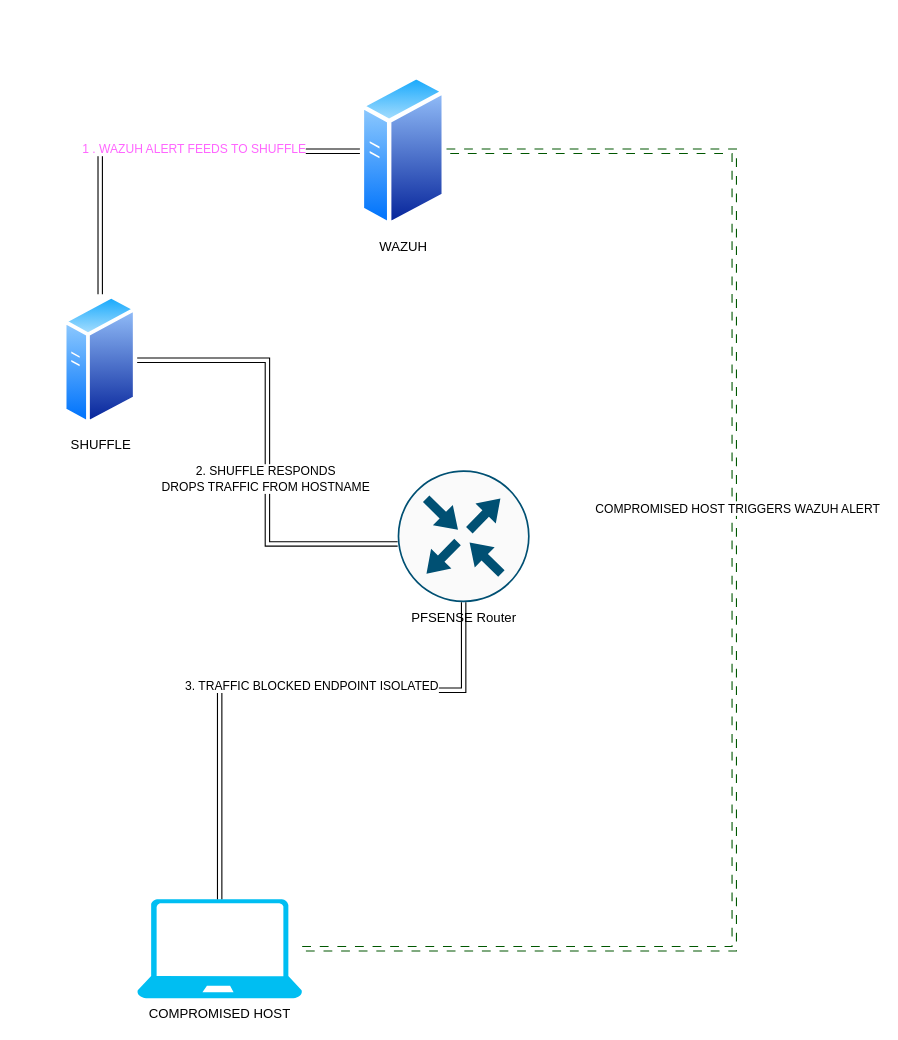
Earlier version of the draw.io diagram Host Containment.drawio (jstgs/SOC). Source tidied: cells renumbered, new cells numbered last; positions are measured from the earlier drawing's top-left corner, leaving out a move shared by most shapes. Both pictures are drawn from the tidied source at 110%, with x=0, y=0 at pixel (63, 74).
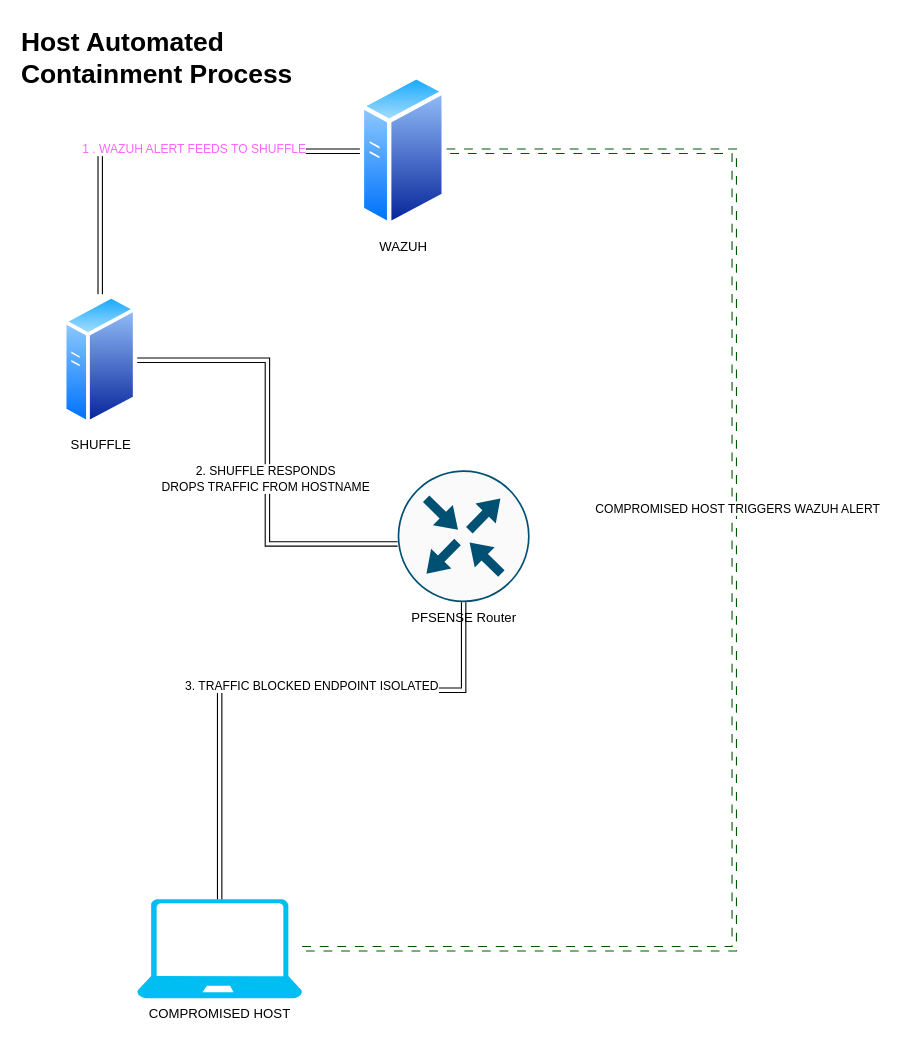
The same diagram, later.

Diff of the diagram source:
```diff
@@
 <mxGraphModel>
   <root>
     <mxCell id="0" />
     <mxCell id="1" parent="0" />
     <mxCell id="2" value="PFSENSE Router&lt;div&gt;&lt;br&gt;&lt;/div&gt;" style="sketch=0;points=[[0.5,0,0],[1,0.5,0],[0.5,1,0],[0,0.5,0],[0.145,0.145,0],[0.8555,0.145,0],[0.855,0.8555,0],[0.145,0.855,0]];verticalLabelPosition=bottom;html=1;verticalAlign=top;align=center;shape=mxgraph.cisco19.rect;prIcon=router;fillColor=#FAFAFA;strokeColor=#005073;" parent="1" vertex="1">
       <mxGeometry x="304" y="360" width="120" height="120" as="geometry" />
     </mxCell>
     <mxCell id="3" value="SHUFFLE&lt;div&gt;&lt;br&gt;&lt;/div&gt;" style="image;perimeter=ellipsePerimeter;html=1;align=center;shadow=0;dashed=0;spacingTop=3;image=img/lib/active_directory/generic_server.svg;" parent="1" vertex="1">
       <mxGeometry y="200" width="67.2" height="120" as="geometry" />
     </mxCell>
     <mxCell id="4" style="edgeStyle=orthogonalEdgeStyle;rounded=0;jettySize=auto;html=1;entryX=0.5;entryY=0;entryDx=0;entryDy=0;shape=link;" parent="1" edge="1" source="6" target="3">
       <mxGeometry relative="1" as="geometry" />
     </mxCell>
     <mxCell id="5" value="&lt;font color=&quot;#ff66ff&quot;&gt;1 . WAZUH ALERT FEEDS TO SHUFFLE&lt;/font&gt;" style="edgeLabel;html=1;align=center;verticalAlign=middle;" parent="4" vertex="1">
       <mxGeometry x="-0.17" y="-3" relative="1" as="geometry" />
     </mxCell>
     <mxCell id="6" value="WAZUH" style="image;perimeter=ellipsePerimeter;html=1;align=center;shadow=0;dashed=0;spacingTop=3;image=img/lib/active_directory/generic_server.svg;" parent="1" vertex="1">
       <mxGeometry x="270" width="78.4" height="140" as="geometry" />
     </mxCell>
     <mxCell id="7" style="edgeStyle=orthogonalEdgeStyle;rounded=0;jettySize=auto;html=1;entryX=0;entryY=0.558;entryDx=0;entryDy=0;entryPerimeter=0;shape=link;" parent="1" edge="1" source="3" target="2">
       <mxGeometry relative="1" as="geometry" />
     </mxCell>
     <mxCell id="8" value="2. SHUFFLE RESPONDS&lt;div&gt;DROPS TRAFFIC FROM HOSTNAME&lt;/div&gt;" style="edgeLabel;html=1;align=center;verticalAlign=middle;" parent="7" vertex="1">
       <mxGeometry x="0.12" y="-2" relative="1" as="geometry" />
     </mxCell>
     <mxCell id="9" style="edgeStyle=orthogonalEdgeStyle;rounded=0;jettySize=auto;html=1;entryX=1;entryY=0.5;entryDx=0;entryDy=0;shape=link;fillColor=#008a00;strokeColor=#005700;dashed=1;dashPattern=8 8;" parent="1" edge="1" source="11" target="6">
       <mxGeometry relative="1" as="geometry">
         <Array as="points">
           <mxPoint x="610" y="795" />
           <mxPoint x="610" y="70" />
         </Array>
       </mxGeometry>
     </mxCell>
     <mxCell id="10" value="COMPROMISED HOST TRIGGERS WAZUH ALERT" style="edgeLabel;html=1;align=center;verticalAlign=middle;" parent="9" vertex="1">
       <mxGeometry x="0.15" y="-2" relative="1" as="geometry" />
     </mxCell>
     <mxCell id="11" value="COMPROMISED HOST" style="verticalLabelPosition=bottom;html=1;verticalAlign=top;align=center;strokeColor=none;fillColor=#00BEF2;shape=mxgraph.azure.laptop;" parent="1" vertex="1">
       <mxGeometry x="67.2" y="750" width="150" height="90" as="geometry" />
     </mxCell>
     <mxCell id="12" style="edgeStyle=orthogonalEdgeStyle;rounded=0;jettySize=auto;html=1;entryX=0.5;entryY=0;entryDx=0;entryDy=0;entryPerimeter=0;shape=link;" parent="1" edge="1" source="2" target="11">
       <mxGeometry relative="1" as="geometry">
         <Array as="points">
           <mxPoint x="364" y="560" />
           <mxPoint x="142" y="560" />
         </Array>
       </mxGeometry>
     </mxCell>
     <mxCell id="13" value="3. TRAFFIC BLOCKED ENDPOINT ISOLATED" style="edgeLabel;html=1;align=center;verticalAlign=middle;" parent="12" vertex="1">
       <mxGeometry x="-0.11" y="-5" relative="1" as="geometry" />
     </mxCell>
+    <mxCell id="14" value="&lt;h1 style=&quot;margin-top: 0px;&quot;&gt;&lt;span style=&quot;background-color: initial;&quot;&gt;Host Automated Containment Process&lt;/span&gt;&lt;/h1&gt;&lt;h1 style=&quot;margin-top: 0px;&quot;&gt;&lt;span style=&quot;background-color: initial; font-size: 12px; font-weight: normal;&quot;&gt;&lt;br&gt;&lt;/span&gt;&lt;/h1&gt;&lt;h1 style=&quot;margin-top: 0px;&quot;&gt;&lt;br&gt;&lt;/h1&gt;" style="text;html=1;whiteSpace=wrap;overflow=hidden;rounded=0;" parent="1" vertex="1">
+      <mxGeometry x="-40" y="-50" width="280" height="70" as="geometry" />
+    </mxCell>
   </root>
 </mxGraphModel>
```
